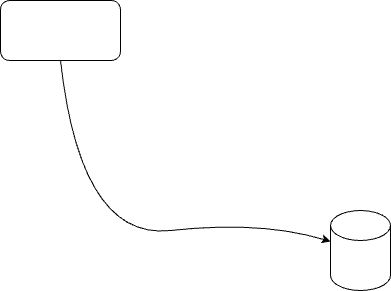
Earlier version of the draw.io export test.drawio.png (elrie/test2). Source tidied: cells renumbered, new cells last; positions are measured from the earlier drawing's top-left corner, leaving out a move shared by most shapes.
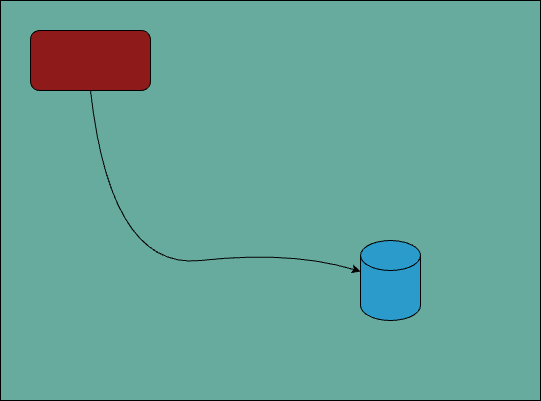
After the change.

The edit, as a diff of the source:
```diff
@@ -2,10 +2,13 @@
   <root>
     <mxCell id="0" />
     <mxCell id="1" parent="0" />
+    <mxCell id="5" style="rounded=0;whiteSpace=wrap;html=1;fillColor=#67AB9F;" parent="1" vertex="1">
+      <mxGeometry x="-30" y="-30" width="540" height="400" as="geometry" />
+    </mxCell>
-    <mxCell id="2" style="rounded=1;whiteSpace=wrap;html=1;" parent="1" vertex="1">
+    <mxCell id="2" style="rounded=1;whiteSpace=wrap;html=1;fillColor=#8e1a1a;" parent="1" vertex="1">
       <mxGeometry width="120" height="60" as="geometry" />
     </mxCell>
-    <mxCell id="3" style="shape=cylinder3;whiteSpace=wrap;html=1;boundedLbl=1;backgroundOutline=1;size=15;" parent="1" vertex="1">
+    <mxCell id="3" style="shape=cylinder3;whiteSpace=wrap;html=1;boundedLbl=1;backgroundOutline=1;size=15;fillColor=#2a9bcb;" parent="1" vertex="1">
       <mxGeometry x="330" y="210" width="60" height="80" as="geometry" />
     </mxCell>
     <mxCell id="4" style="curved=1;endArrow=classic;html=1;rounded=0;exitX=0.5;exitY=1;exitDx=0;exitDy=0;" parent="1" edge="1" source="2" target="3">
```
